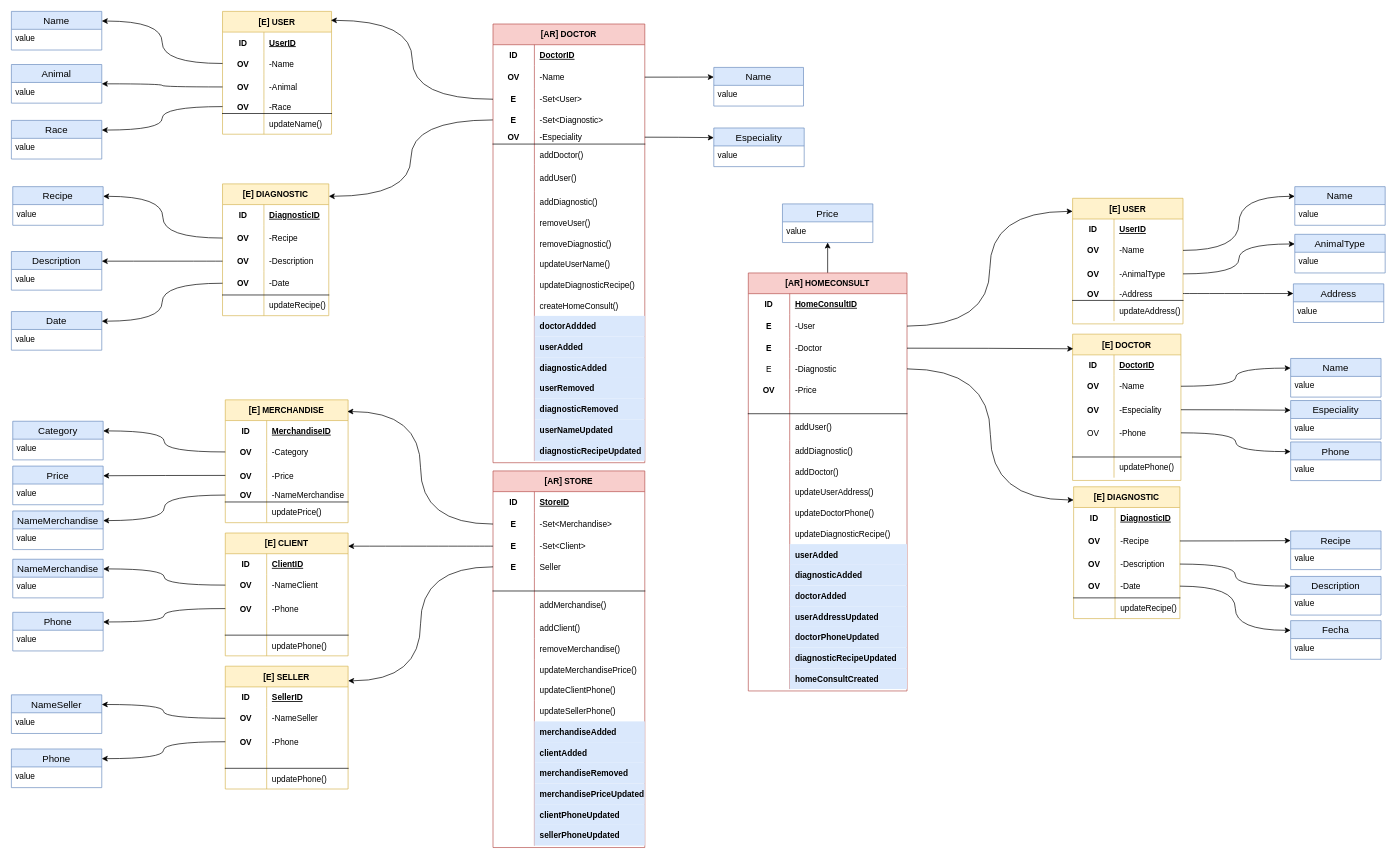
This is page "Modelo de Dominio" (2 of 2) of DDD.drawio from YisselPereira/RetoDDD, a draw.io file, before an edit. Source tidied: cells renumbered, new cells numbered last; positions are measured from the earlier drawing's top-left corner, leaving out a move shared by most shapes. Both pictures are drawn from the tidied source at 69%, with x=0, y=0 at pixel (11, 11).
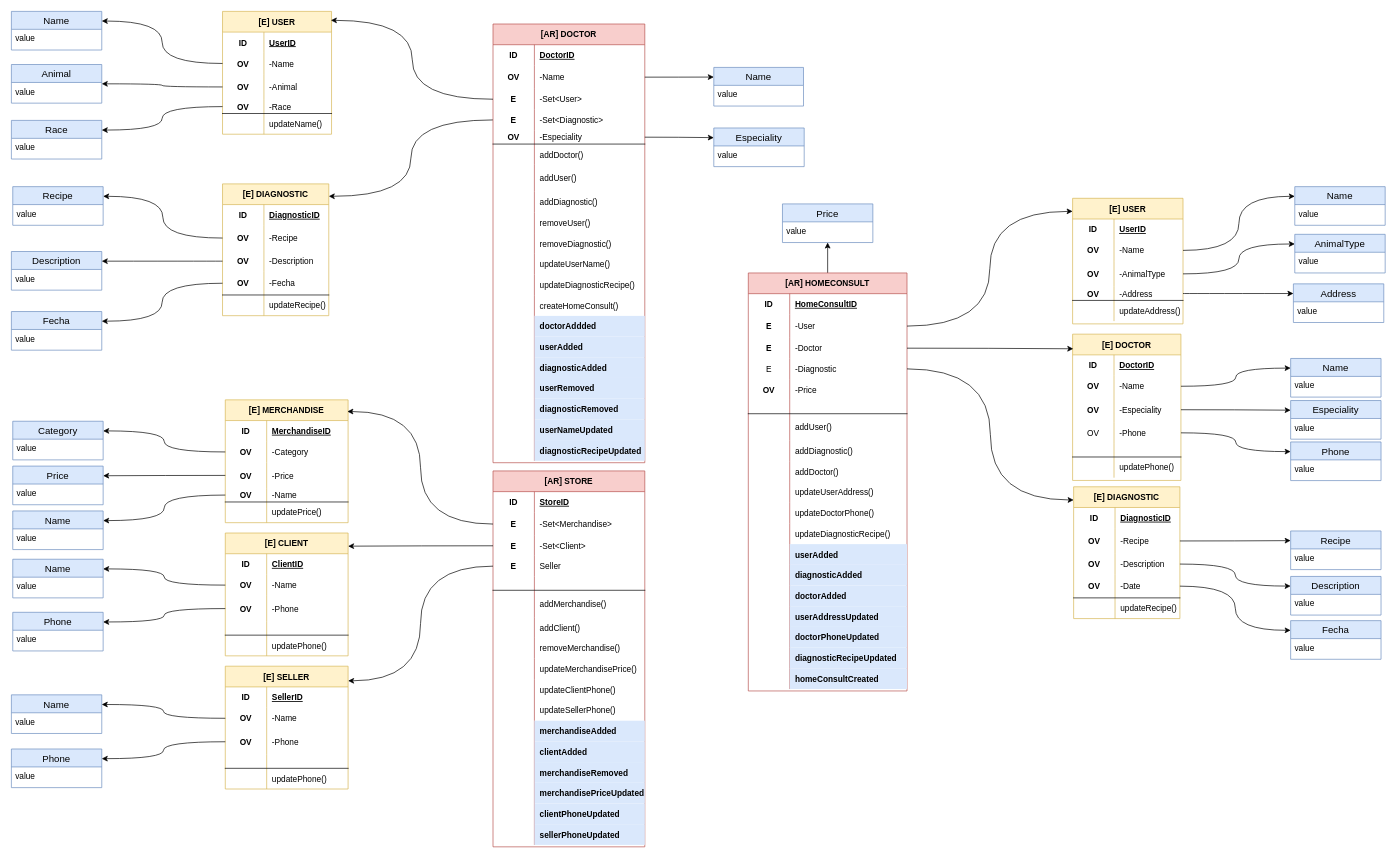
The same diagram, later.

The change refers to these unchanged cells:
```xml
<mxCell id="102" style="shape=tableRow;horizontal=0;startSize=0;swimlaneHead=0;swimlaneBody=0;fillColor=none;points=[[0,0.5],[1,0.5]];portConstraint=eastwest;top=0;left=0;right=0;bottom=1;" parent="92" vertex="1">
  <mxGeometry y="127" width="154" height="34" as="geometry" />
</mxCell>
<mxCell id="179" style="shape=tableRow;horizontal=0;startSize=0;swimlaneHead=0;swimlaneBody=0;fillColor=none;points=[[0,0.5],[1,0.5]];portConstraint=eastwest;top=0;left=0;right=0;bottom=1;" parent="169" vertex="1">
  <mxGeometry y="128" width="178" height="20" as="geometry" />
</mxCell>
<mxCell id="192" style="shape=tableRow;horizontal=0;startSize=0;swimlaneHead=0;swimlaneBody=0;fillColor=none;points=[[0,0.5],[1,0.5]];portConstraint=eastwest;top=0;left=0;right=0;bottom=0;" parent="188" vertex="1">
  <mxGeometry y="60" width="178" height="31" as="geometry" />
</mxCell>
<mxCell id="209" style="shape=tableRow;horizontal=0;startSize=0;swimlaneHead=0;swimlaneBody=0;fillColor=none;points=[[0,0.5],[1,0.5]];portConstraint=eastwest;top=0;left=0;right=0;bottom=0;" parent="205" vertex="1">
  <mxGeometry y="60" width="178" height="31" as="geometry" />
</mxCell>
```

Diff of the diagram source:
```diff
@@
-    <mxCell id="104" value="-Date" style="shape=partialRectangle;fillColor=none;top=0;left=0;bottom=0;right=0;align=left;spacingLeft=6;fontStyle=0;overflow=hidden;fontColor=default;" parent="102" vertex="1">
+    <mxCell id="104" value="-Fecha" style="shape=partialRectangle;fillColor=none;top=0;left=0;bottom=0;right=0;align=left;spacingLeft=6;fontStyle=0;overflow=hidden;fontColor=default;" parent="102" vertex="1">
       <mxGeometry x="60" width="94" height="34" as="geometry" />
     </mxCell>
@@
-    <mxCell id="113" value="Date" style="swimlane;fontStyle=0;horizontal=1;startSize=26;align=center;fontSize=14;fillColor=#dae8fc;strokeColor=#6c8ebf;" parent="1" vertex="1">
+    <mxCell id="113" value="Fecha" style="swimlane;fontStyle=0;horizontal=1;startSize=26;align=center;fontSize=14;fillColor=#dae8fc;strokeColor=#6c8ebf;" parent="1" vertex="1">
       <mxGeometry y="435" width="131" height="56" as="geometry" />
     </mxCell>
@@
     <mxCell id="117" value="[AR] STORE" style="shape=table;startSize=30;childLayout=tableLayout;rowLines=0;fontStyle=1;align=center;fillColor=#f8cecc;strokeColor=#b85450;" parent="1" vertex="1">
-      <mxGeometry x="698" y="666" width="220" height="545.8" as="geometry" />
+      <mxGeometry x="698" y="666" width="220" height="544.8" as="geometry" />
     </mxCell>
@@
     <mxCell id="124" style="shape=tableRow;horizontal=0;startSize=0;swimlaneHead=0;swimlaneBody=0;fillColor=none;points=[[0,0.5],[1,0.5]];portConstraint=eastwest;top=0;left=0;right=0;bottom=0;fontColor=default;html=0;" parent="117" vertex="1">
-      <mxGeometry y="94" width="220" height="30" as="geometry" />
+      <mxGeometry y="94" width="220" height="29" as="geometry" />
     </mxCell>
     <mxCell id="125" value="E" style="shape=partialRectangle;fillColor=none;top=0;left=0;bottom=0;right=0;fontStyle=1;overflow=hidden;fontColor=default;html=0;" parent="124" vertex="1">
-      <mxGeometry width="60" height="30" as="geometry" />
+      <mxGeometry width="60" height="29" as="geometry" />
     </mxCell>
     <mxCell id="126" value="-Set&lt;Client&gt;" style="shape=partialRectangle;fillColor=none;top=0;left=0;bottom=0;right=0;align=left;spacingLeft=6;fontStyle=0;overflow=hidden;fontColor=default;html=0;" parent="124" vertex="1">
-      <mxGeometry x="60" width="160" height="30" as="geometry" />
+      <mxGeometry x="60" width="160" height="29" as="geometry" />
     </mxCell>
     <mxCell id="127" style="shape=tableRow;horizontal=0;startSize=0;swimlaneHead=0;swimlaneBody=0;fillColor=none;points=[[0,0.5],[1,0.5]];portConstraint=eastwest;top=0;left=0;right=0;bottom=0;fontColor=default;html=0;" parent="117" vertex="1">
-      <mxGeometry y="124" width="220" height="30" as="geometry" />
+      <mxGeometry y="123" width="220" height="30" as="geometry" />
     </mxCell>
@@
     <mxCell id="130" style="shape=tableRow;horizontal=0;startSize=0;swimlaneHead=0;swimlaneBody=0;fillColor=none;top=0;left=0;right=0;bottom=1;" parent="117" vertex="1">
-      <mxGeometry y="154" width="220" height="20" as="geometry" />
+      <mxGeometry y="153" width="220" height="20" as="geometry" />
     </mxCell>
@@
     <mxCell id="133" style="shape=tableRow;horizontal=0;startSize=0;swimlaneHead=0;swimlaneBody=0;fillColor=none;top=0;left=0;right=0;bottom=0;fontColor=default;html=0;" parent="117" vertex="1">
-      <mxGeometry y="174" width="220" height="39" as="geometry" />
+      <mxGeometry y="173" width="220" height="39" as="geometry" />
     </mxCell>
@@
     <mxCell id="136" style="shape=tableRow;horizontal=0;startSize=0;swimlaneHead=0;swimlaneBody=0;fillColor=none;top=0;left=0;right=0;bottom=0;fontColor=default;html=0;" parent="117" vertex="1">
-      <mxGeometry y="213" width="220" height="30" as="geometry" />
+      <mxGeometry y="212" width="220" height="30" as="geometry" />
     </mxCell>
@@
     <mxCell id="139" style="shape=tableRow;horizontal=0;startSize=0;swimlaneHead=0;swimlaneBody=0;fillColor=none;top=0;left=0;right=0;bottom=0;fontColor=default;html=0;" parent="117" vertex="1">
-      <mxGeometry y="243" width="220" height="30" as="geometry" />
+      <mxGeometry y="242" width="220" height="30" as="geometry" />
     </mxCell>
@@
     <mxCell id="142" style="shape=tableRow;horizontal=0;startSize=0;swimlaneHead=0;swimlaneBody=0;fillColor=none;top=0;left=0;right=0;bottom=0;fontColor=default;html=0;" parent="117" vertex="1">
-      <mxGeometry y="273" width="220" height="30" as="geometry" />
+      <mxGeometry y="272" width="220" height="30" as="geometry" />
     </mxCell>
@@
     <mxCell id="145" style="shape=tableRow;horizontal=0;startSize=0;swimlaneHead=0;swimlaneBody=0;fillColor=none;top=0;left=0;right=0;bottom=0;fontColor=default;html=0;" parent="117" vertex="1">
-      <mxGeometry y="303" width="220" height="30" as="geometry" />
+      <mxGeometry y="302" width="220" height="30" as="geometry" />
     </mxCell>
@@
     <mxCell id="148" style="shape=tableRow;horizontal=0;startSize=0;swimlaneHead=0;swimlaneBody=0;fillColor=none;top=0;left=0;right=0;bottom=0;fontColor=default;html=0;" parent="117" vertex="1">
-      <mxGeometry y="333" width="220" height="30" as="geometry" />
+      <mxGeometry y="332" width="220" height="30" as="geometry" />
     </mxCell>
@@
     <mxCell id="151" style="shape=tableRow;horizontal=0;startSize=0;swimlaneHead=0;swimlaneBody=0;fillColor=none;top=0;left=0;right=0;bottom=0;fontColor=default;html=0;" parent="117" vertex="1">
-      <mxGeometry y="363" width="220" height="30" as="geometry" />
+      <mxGeometry y="362" width="220" height="30" as="geometry" />
     </mxCell>
@@
     <mxCell id="154" style="shape=tableRow;horizontal=0;startSize=0;swimlaneHead=0;swimlaneBody=0;fillColor=none;top=0;left=0;right=0;bottom=0;fontColor=default;html=0;" parent="117" vertex="1">
-      <mxGeometry y="393" width="220" height="30" as="geometry" />
+      <mxGeometry y="392" width="220" height="30" as="geometry" />
     </mxCell>
@@
     <mxCell id="157" style="shape=tableRow;horizontal=0;startSize=0;swimlaneHead=0;swimlaneBody=0;fillColor=none;top=0;left=0;right=0;bottom=0;fontColor=default;html=0;" parent="117" vertex="1">
-      <mxGeometry y="423" width="220" height="30" as="geometry" />
+      <mxGeometry y="422" width="220" height="30" as="geometry" />
     </mxCell>
@@
     <mxCell id="160" style="shape=tableRow;horizontal=0;startSize=0;swimlaneHead=0;swimlaneBody=0;fillColor=none;top=0;left=0;right=0;bottom=0;fontColor=default;html=0;" parent="117" vertex="1">
-      <mxGeometry y="453" width="220" height="30" as="geometry" />
+      <mxGeometry y="452" width="220" height="30" as="geometry" />
     </mxCell>
@@
     <mxCell id="163" style="shape=tableRow;horizontal=0;startSize=0;swimlaneHead=0;swimlaneBody=0;fillColor=none;top=0;left=0;right=0;bottom=0;fontColor=default;html=0;" parent="117" vertex="1">
-      <mxGeometry y="483" width="220" height="30" as="geometry" />
+      <mxGeometry y="482" width="220" height="30" as="geometry" />
     </mxCell>
@@
     <mxCell id="166" style="shape=tableRow;horizontal=0;startSize=0;swimlaneHead=0;swimlaneBody=0;fillColor=none;top=0;left=0;right=0;bottom=0;fontColor=default;html=0;" parent="117" vertex="1">
-      <mxGeometry y="513" width="220" height="30" as="geometry" />
+      <mxGeometry y="512" width="220" height="30" as="geometry" />
     </mxCell>
@@
-    <mxCell id="181" value="-NameMerchandise" style="shape=partialRectangle;fillColor=none;top=0;left=0;bottom=0;right=0;align=left;spacingLeft=6;fontStyle=0;overflow=hidden;fontColor=default;" parent="179" vertex="1">
+    <mxCell id="181" value="-Name" style="shape=partialRectangle;fillColor=none;top=0;left=0;bottom=0;right=0;align=left;spacingLeft=6;fontStyle=0;overflow=hidden;fontColor=default;" parent="179" vertex="1">
       <mxGeometry x="60" width="118" height="20" as="geometry" />
     </mxCell>
@@
-    <mxCell id="194" value="-NameClient" style="shape=partialRectangle;fillColor=none;top=0;left=0;bottom=0;right=0;align=left;spacingLeft=6;overflow=hidden;" parent="192" vertex="1">
+    <mxCell id="194" value="-Name" style="shape=partialRectangle;fillColor=none;top=0;left=0;bottom=0;right=0;align=left;spacingLeft=6;overflow=hidden;" parent="192" vertex="1">
       <mxGeometry x="60" width="118" height="31" as="geometry" />
     </mxCell>
@@
-    <mxCell id="211" value="-NameSeller" style="shape=partialRectangle;fillColor=none;top=0;left=0;bottom=0;right=0;align=left;spacingLeft=6;overflow=hidden;" parent="209" vertex="1">
+    <mxCell id="211" value="-Name" style="shape=partialRectangle;fillColor=none;top=0;left=0;bottom=0;right=0;align=left;spacingLeft=6;overflow=hidden;" parent="209" vertex="1">
       <mxGeometry x="60" width="118" height="31" as="geometry" />
     </mxCell>
@@
-    <mxCell id="226" value="NameMerchandise" style="swimlane;fontStyle=0;horizontal=1;startSize=26;align=center;fontSize=14;fillColor=#dae8fc;strokeColor=#6c8ebf;" parent="1" vertex="1">
+    <mxCell id="226" value="Name" style="swimlane;fontStyle=0;horizontal=1;startSize=26;align=center;fontSize=14;fillColor=#dae8fc;strokeColor=#6c8ebf;" parent="1" vertex="1">
       <mxGeometry x="2" y="724" width="131" height="56" as="geometry" />
     </mxCell>
@@
-    <mxCell id="231" value="NameMerchandise" style="swimlane;fontStyle=0;horizontal=1;startSize=26;align=center;fontSize=14;fillColor=#dae8fc;strokeColor=#6c8ebf;" parent="1" vertex="1">
+    <mxCell id="231" value="Name" style="swimlane;fontStyle=0;horizontal=1;startSize=26;align=center;fontSize=14;fillColor=#dae8fc;strokeColor=#6c8ebf;" parent="1" vertex="1">
       <mxGeometry x="2" y="794" width="131" height="56" as="geometry" />
     </mxCell>
@@
-    <mxCell id="234" value="NameSeller" style="swimlane;fontStyle=0;horizontal=1;startSize=26;align=center;fontSize=14;fillColor=#dae8fc;strokeColor=#6c8ebf;" parent="1" vertex="1">
+    <mxCell id="234" value="Name" style="swimlane;fontStyle=0;horizontal=1;startSize=26;align=center;fontSize=14;fillColor=#dae8fc;strokeColor=#6c8ebf;" parent="1" vertex="1">
       <mxGeometry y="990.5" width="131" height="56" as="geometry" />
     </mxCell>
```
